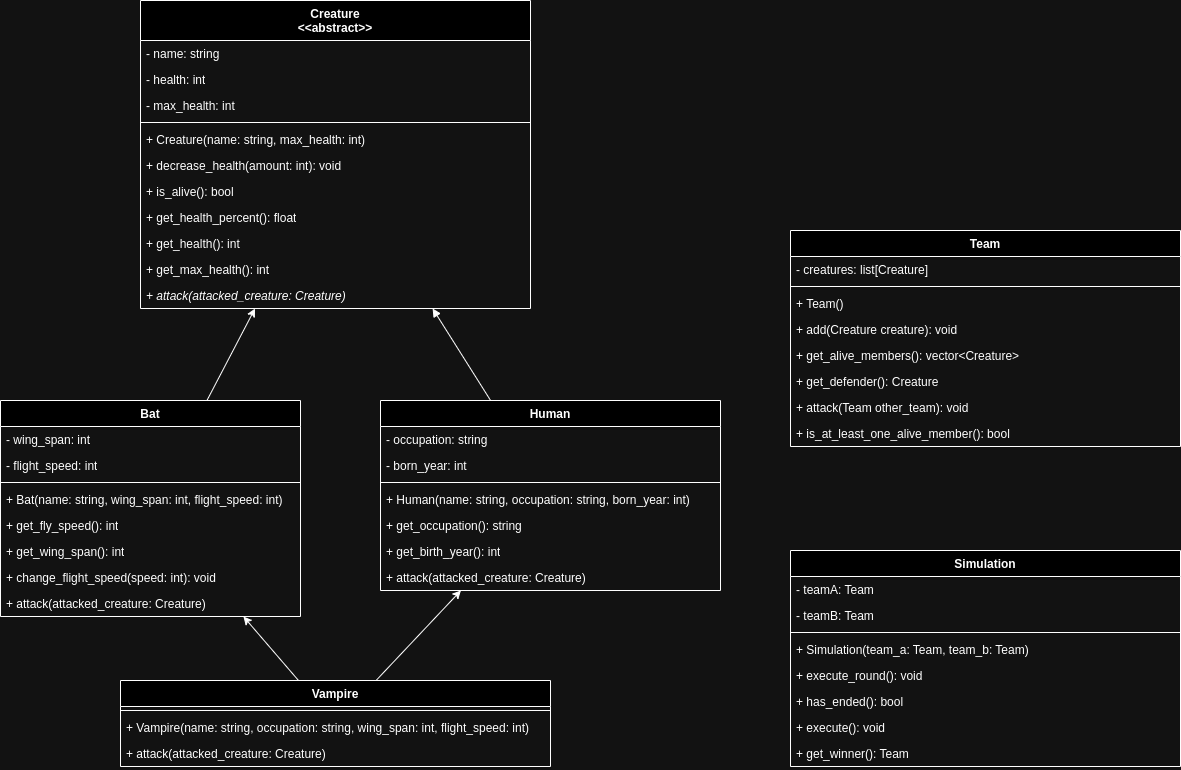
nataliamarczak/pjf-lab2-a keeps this draw.io diagram as vampireExtendedWithSimulation.png. Above is the earlier version. Source tidied: cells renumbered, new cells last; positions are measured from the earlier drawing's top-left corner, leaving out a move shared by most shapes. Its diagram source:
```xml
<mxGraphModel>
  <root>
    <mxCell id="0" />
    <mxCell id="1" parent="0" />
    <mxCell id="2" value="Creature&lt;div&gt;&amp;lt;&amp;lt;abstract&amp;gt;&amp;gt;&lt;/div&gt;" style="swimlane;fontStyle=1;align=center;verticalAlign=top;horizontal=1;startSize=40;whiteSpace=wrap;html=1;" parent="1" vertex="1">
      <mxGeometry x="140" width="390" height="308" as="geometry" />
    </mxCell>
    <mxCell id="3" value="- name: string" style="text;strokeColor=none;fillColor=none;align=left;verticalAlign=top;spacingLeft=4;spacingRight=4;overflow=hidden;whiteSpace=wrap;html=1;" parent="2" vertex="1">
      <mxGeometry y="40" width="390" height="26" as="geometry" />
    </mxCell>
    <mxCell id="4" value="- health: int" style="text;strokeColor=none;fillColor=none;align=left;verticalAlign=top;spacingLeft=4;spacingRight=4;overflow=hidden;whiteSpace=wrap;html=1;" parent="2" vertex="1">
      <mxGeometry y="66" width="390" height="26" as="geometry" />
    </mxCell>
    <mxCell id="5" value="- max_health: int" style="text;strokeColor=none;fillColor=none;align=left;verticalAlign=top;spacingLeft=4;spacingRight=4;overflow=hidden;whiteSpace=wrap;html=1;" parent="2" vertex="1">
      <mxGeometry y="92" width="390" height="26" as="geometry" />
    </mxCell>
    <mxCell id="6" style="line;strokeWidth=1;fillColor=none;align=left;verticalAlign=middle;spacingTop=-1;spacingLeft=3;spacingRight=3;labelPosition=right;strokeColor=inherit;" parent="2" vertex="1">
      <mxGeometry y="118" width="390" height="8" as="geometry" />
    </mxCell>
    <mxCell id="7" value="+ Creature(name: string,&amp;nbsp;&lt;span style=&quot;border-color: var(--border-color);&quot;&gt;max_health&lt;/span&gt;: int)" style="text;strokeColor=none;fillColor=none;align=left;verticalAlign=top;spacingLeft=4;spacingRight=4;overflow=hidden;whiteSpace=wrap;html=1;" parent="2" vertex="1">
      <mxGeometry y="126" width="390" height="26" as="geometry" />
    </mxCell>
    <mxCell id="8" value="+ decrease_health(amount: int): void" style="text;strokeColor=none;fillColor=none;align=left;verticalAlign=top;spacingLeft=4;spacingRight=4;overflow=hidden;whiteSpace=wrap;html=1;" parent="2" vertex="1">
      <mxGeometry y="152" width="390" height="26" as="geometry" />
    </mxCell>
    <mxCell id="9" value="+ is_alive(): bool" style="text;strokeColor=none;fillColor=none;align=left;verticalAlign=top;spacingLeft=4;spacingRight=4;overflow=hidden;whiteSpace=wrap;html=1;" parent="2" vertex="1">
      <mxGeometry y="178" width="390" height="26" as="geometry" />
    </mxCell>
    <mxCell id="10" value="+ get_health_percent(): float" style="text;strokeColor=none;fillColor=none;align=left;verticalAlign=top;spacingLeft=4;spacingRight=4;overflow=hidden;whiteSpace=wrap;html=1;" parent="2" vertex="1">
      <mxGeometry y="204" width="390" height="26" as="geometry" />
    </mxCell>
    <mxCell id="11" value="+ get_health(): int" style="text;strokeColor=none;fillColor=none;align=left;verticalAlign=top;spacingLeft=4;spacingRight=4;overflow=hidden;whiteSpace=wrap;html=1;" parent="2" vertex="1">
      <mxGeometry y="230" width="390" height="26" as="geometry" />
    </mxCell>
    <mxCell id="12" value="&lt;span style=&quot;font-weight: normal;&quot;&gt;+ get_max_health(): int&lt;/span&gt;" style="text;strokeColor=none;fillColor=none;align=left;verticalAlign=top;spacingLeft=4;spacingRight=4;overflow=hidden;whiteSpace=wrap;html=1;fontStyle=1;" parent="2" vertex="1">
      <mxGeometry y="256" width="390" height="26" as="geometry" />
    </mxCell>
    <mxCell id="13" value="&lt;span style=&quot;font-weight: normal;&quot;&gt;&lt;i&gt;+ attack(attacked_creature: Creature)&lt;/i&gt;&lt;/span&gt;" style="text;strokeColor=none;fillColor=none;align=left;verticalAlign=top;spacingLeft=4;spacingRight=4;overflow=hidden;whiteSpace=wrap;html=1;fontStyle=1;" parent="2" vertex="1">
      <mxGeometry y="282" width="390" height="26" as="geometry" />
    </mxCell>
    <mxCell id="14" style="rounded=0;jettySize=auto;html=1;endArrow=block;endFill=1;" parent="1" edge="1" source="15" target="2">
      <mxGeometry relative="1" as="geometry" />
    </mxCell>
    <mxCell id="15" value="Human" style="swimlane;fontStyle=1;align=center;verticalAlign=top;horizontal=1;startSize=26;whiteSpace=wrap;html=1;" parent="1" vertex="1">
      <mxGeometry x="380" y="400" width="340" height="190" as="geometry" />
    </mxCell>
    <mxCell id="16" value="- occupation: string" style="text;strokeColor=none;fillColor=none;align=left;verticalAlign=top;spacingLeft=4;spacingRight=4;overflow=hidden;whiteSpace=wrap;html=1;" parent="15" vertex="1">
      <mxGeometry y="26" width="340" height="26" as="geometry" />
    </mxCell>
    <mxCell id="17" value="- born_year: int" style="text;strokeColor=none;fillColor=none;align=left;verticalAlign=top;spacingLeft=4;spacingRight=4;overflow=hidden;whiteSpace=wrap;html=1;" parent="15" vertex="1">
      <mxGeometry y="52" width="340" height="26" as="geometry" />
    </mxCell>
    <mxCell id="18" style="line;strokeWidth=1;fillColor=none;align=left;verticalAlign=middle;spacingTop=-1;spacingLeft=3;spacingRight=3;labelPosition=right;strokeColor=inherit;" parent="15" vertex="1">
      <mxGeometry y="78" width="340" height="8" as="geometry" />
    </mxCell>
    <mxCell id="19" value="+ Human(name: string, occupation: string, born_year: int)" style="text;strokeColor=none;fillColor=none;align=left;verticalAlign=top;spacingLeft=4;spacingRight=4;overflow=hidden;whiteSpace=wrap;html=1;" parent="15" vertex="1">
      <mxGeometry y="86" width="340" height="26" as="geometry" />
    </mxCell>
    <mxCell id="20" value="+ get_occupation(): string" style="text;strokeColor=none;fillColor=none;align=left;verticalAlign=top;spacingLeft=4;spacingRight=4;overflow=hidden;whiteSpace=wrap;html=1;" parent="15" vertex="1">
      <mxGeometry y="112" width="340" height="26" as="geometry" />
    </mxCell>
    <mxCell id="21" value="+&amp;nbsp;get_birth_year&lt;span style=&quot;background-color: initial;&quot;&gt;(): int&lt;/span&gt;" style="text;strokeColor=none;fillColor=none;align=left;verticalAlign=top;spacingLeft=4;spacingRight=4;overflow=hidden;whiteSpace=wrap;html=1;" parent="15" vertex="1">
      <mxGeometry y="138" width="340" height="26" as="geometry" />
    </mxCell>
    <mxCell id="22" value="+ attack(attacked_creature: Creature)" style="text;strokeColor=none;fillColor=none;align=left;verticalAlign=top;spacingLeft=4;spacingRight=4;overflow=hidden;whiteSpace=wrap;html=1;" parent="15" vertex="1">
      <mxGeometry y="164" width="340" height="26" as="geometry" />
    </mxCell>
    <mxCell id="23" style="rounded=0;jettySize=auto;html=1;" parent="1" edge="1" source="24" target="2">
      <mxGeometry relative="1" as="geometry" />
    </mxCell>
    <mxCell id="24" value="Bat" style="swimlane;fontStyle=1;align=center;verticalAlign=top;horizontal=1;startSize=26;whiteSpace=wrap;html=1;" parent="1" vertex="1">
      <mxGeometry y="400" width="300" height="216" as="geometry" />
    </mxCell>
    <mxCell id="25" value="- wing_span: int" style="text;strokeColor=none;fillColor=none;align=left;verticalAlign=top;spacingLeft=4;spacingRight=4;overflow=hidden;whiteSpace=wrap;html=1;" parent="24" vertex="1">
      <mxGeometry y="26" width="300" height="26" as="geometry" />
    </mxCell>
    <mxCell id="26" value="- flight_speed: int" style="text;strokeColor=none;fillColor=none;align=left;verticalAlign=top;spacingLeft=4;spacingRight=4;overflow=hidden;whiteSpace=wrap;html=1;" parent="24" vertex="1">
      <mxGeometry y="52" width="300" height="26" as="geometry" />
    </mxCell>
    <mxCell id="27" style="line;strokeWidth=1;fillColor=none;align=left;verticalAlign=middle;spacingTop=-1;spacingLeft=3;spacingRight=3;labelPosition=right;strokeColor=inherit;" parent="24" vertex="1">
      <mxGeometry y="78" width="300" height="8" as="geometry" />
    </mxCell>
    <mxCell id="28" value="+ Bat(name: string, wing_span: int, flight_speed: int)" style="text;strokeColor=none;fillColor=none;align=left;verticalAlign=top;spacingLeft=4;spacingRight=4;overflow=hidden;whiteSpace=wrap;html=1;" parent="24" vertex="1">
      <mxGeometry y="86" width="300" height="26" as="geometry" />
    </mxCell>
    <mxCell id="29" value="+ get_fly_speed(): int" style="text;strokeColor=none;fillColor=none;align=left;verticalAlign=top;spacingLeft=4;spacingRight=4;overflow=hidden;whiteSpace=wrap;html=1;" parent="24" vertex="1">
      <mxGeometry y="112" width="300" height="26" as="geometry" />
    </mxCell>
    <mxCell id="30" value="+ get_wing_span(): int" style="text;strokeColor=none;fillColor=none;align=left;verticalAlign=top;spacingLeft=4;spacingRight=4;overflow=hidden;whiteSpace=wrap;html=1;" parent="24" vertex="1">
      <mxGeometry y="138" width="300" height="26" as="geometry" />
    </mxCell>
    <mxCell id="31" value="+ change_flight_speed(speed: int): void" style="text;strokeColor=none;fillColor=none;align=left;verticalAlign=top;spacingLeft=4;spacingRight=4;overflow=hidden;whiteSpace=wrap;html=1;" parent="24" vertex="1">
      <mxGeometry y="164" width="300" height="26" as="geometry" />
    </mxCell>
    <mxCell id="32" value="+ attack(attacked_creature: Creature)" style="text;strokeColor=none;fillColor=none;align=left;verticalAlign=top;spacingLeft=4;spacingRight=4;overflow=hidden;whiteSpace=wrap;html=1;" parent="24" vertex="1">
      <mxGeometry y="190" width="300" height="26" as="geometry" />
    </mxCell>
    <mxCell id="33" style="rounded=0;jettySize=auto;html=1;" parent="1" edge="1" source="35" target="15">
      <mxGeometry relative="1" as="geometry" />
    </mxCell>
    <mxCell id="34" style="rounded=0;jettySize=auto;html=1;" parent="1" edge="1" source="35" target="24">
      <mxGeometry relative="1" as="geometry" />
    </mxCell>
    <mxCell id="35" value="Vampire" style="swimlane;fontStyle=1;align=center;verticalAlign=top;horizontal=1;startSize=26;whiteSpace=wrap;html=1;" parent="1" vertex="1">
      <mxGeometry x="120" y="680" width="430" height="86" as="geometry" />
    </mxCell>
    <mxCell id="36" style="line;strokeWidth=1;fillColor=none;align=left;verticalAlign=middle;spacingTop=-1;spacingLeft=3;spacingRight=3;labelPosition=right;strokeColor=inherit;" parent="35" vertex="1">
      <mxGeometry y="26" width="430" height="8" as="geometry" />
    </mxCell>
    <mxCell id="37" value="+&amp;nbsp;Vampire(name: string, occupation: string, wing_span: int, flight_speed: int)" style="text;strokeColor=none;fillColor=none;align=left;verticalAlign=top;spacingLeft=4;spacingRight=4;overflow=hidden;whiteSpace=wrap;html=1;" parent="35" vertex="1">
      <mxGeometry y="34" width="430" height="26" as="geometry" />
    </mxCell>
    <mxCell id="38" value="+ attack(attacked_creature: Creature)" style="text;strokeColor=none;fillColor=none;align=left;verticalAlign=top;spacingLeft=4;spacingRight=4;overflow=hidden;whiteSpace=wrap;html=1;" parent="35" vertex="1">
      <mxGeometry y="60" width="430" height="26" as="geometry" />
    </mxCell>
    <mxCell id="39" value="Team" style="swimlane;fontStyle=1;align=center;verticalAlign=top;horizontal=1;startSize=26;whiteSpace=wrap;html=1;" parent="1" vertex="1">
      <mxGeometry x="790" y="230" width="390" height="216" as="geometry" />
    </mxCell>
    <mxCell id="40" value="- creatures:&amp;nbsp;list[Creature]" style="text;strokeColor=none;fillColor=none;align=left;verticalAlign=top;spacingLeft=4;spacingRight=4;overflow=hidden;whiteSpace=wrap;html=1;" parent="39" vertex="1">
      <mxGeometry y="26" width="390" height="26" as="geometry" />
    </mxCell>
    <mxCell id="41" style="line;strokeWidth=1;fillColor=none;align=left;verticalAlign=middle;spacingTop=-1;spacingLeft=3;spacingRight=3;labelPosition=right;strokeColor=inherit;" parent="39" vertex="1">
      <mxGeometry y="52" width="390" height="8" as="geometry" />
    </mxCell>
    <mxCell id="42" value="+ Team()" style="text;strokeColor=none;fillColor=none;align=left;verticalAlign=top;spacingLeft=4;spacingRight=4;overflow=hidden;whiteSpace=wrap;html=1;" parent="39" vertex="1">
      <mxGeometry y="60" width="390" height="26" as="geometry" />
    </mxCell>
    <mxCell id="43" value="+ add(Creature creature): void" style="text;strokeColor=none;fillColor=none;align=left;verticalAlign=top;spacingLeft=4;spacingRight=4;overflow=hidden;whiteSpace=wrap;html=1;" parent="39" vertex="1">
      <mxGeometry y="86" width="390" height="26" as="geometry" />
    </mxCell>
    <mxCell id="44" value="+ get_alive_members(): vector&amp;lt;Creature&amp;gt;" style="text;strokeColor=none;fillColor=none;align=left;verticalAlign=top;spacingLeft=4;spacingRight=4;overflow=hidden;whiteSpace=wrap;html=1;" parent="39" vertex="1">
      <mxGeometry y="112" width="390" height="26" as="geometry" />
    </mxCell>
    <mxCell id="45" value="+ get_defender(): Creature" style="text;strokeColor=none;fillColor=none;align=left;verticalAlign=top;spacingLeft=4;spacingRight=4;overflow=hidden;whiteSpace=wrap;html=1;" parent="39" vertex="1">
      <mxGeometry y="138" width="390" height="26" as="geometry" />
    </mxCell>
    <mxCell id="46" value="+ attack(Team other_team): void" style="text;strokeColor=none;fillColor=none;align=left;verticalAlign=top;spacingLeft=4;spacingRight=4;overflow=hidden;whiteSpace=wrap;html=1;" parent="39" vertex="1">
      <mxGeometry y="164" width="390" height="26" as="geometry" />
    </mxCell>
    <mxCell id="47" value="+ is_at_least_one_alive_member(): bool" style="text;strokeColor=none;fillColor=none;align=left;verticalAlign=top;spacingLeft=4;spacingRight=4;overflow=hidden;whiteSpace=wrap;html=1;" parent="39" vertex="1">
      <mxGeometry y="190" width="390" height="26" as="geometry" />
    </mxCell>
    <mxCell id="48" value="Simulation" style="swimlane;fontStyle=1;align=center;verticalAlign=top;horizontal=1;startSize=26;whiteSpace=wrap;html=1;" parent="1" vertex="1">
      <mxGeometry x="790" y="550" width="390" height="216" as="geometry" />
    </mxCell>
    <mxCell id="49" value="- teamA: Team" style="text;strokeColor=none;fillColor=none;align=left;verticalAlign=top;spacingLeft=4;spacingRight=4;overflow=hidden;whiteSpace=wrap;html=1;" parent="48" vertex="1">
      <mxGeometry y="26" width="390" height="26" as="geometry" />
    </mxCell>
    <mxCell id="50" value="- teamB: Team" style="text;strokeColor=none;fillColor=none;align=left;verticalAlign=top;spacingLeft=4;spacingRight=4;overflow=hidden;whiteSpace=wrap;html=1;" parent="48" vertex="1">
      <mxGeometry y="52" width="390" height="26" as="geometry" />
    </mxCell>
    <mxCell id="51" style="line;strokeWidth=1;fillColor=none;align=left;verticalAlign=middle;spacingTop=-1;spacingLeft=3;spacingRight=3;labelPosition=right;strokeColor=inherit;" parent="48" vertex="1">
      <mxGeometry y="78" width="390" height="8" as="geometry" />
    </mxCell>
    <mxCell id="52" value="+&amp;nbsp;Simulation(team_a: Team, team_b: Team)" style="text;strokeColor=none;fillColor=none;align=left;verticalAlign=top;spacingLeft=4;spacingRight=4;overflow=hidden;whiteSpace=wrap;html=1;" parent="48" vertex="1">
      <mxGeometry y="86" width="390" height="26" as="geometry" />
    </mxCell>
    <mxCell id="53" value="+ execute_round(): void" style="text;strokeColor=none;fillColor=none;align=left;verticalAlign=top;spacingLeft=4;spacingRight=4;overflow=hidden;whiteSpace=wrap;html=1;" parent="48" vertex="1">
      <mxGeometry y="112" width="390" height="26" as="geometry" />
    </mxCell>
    <mxCell id="54" value="+ has_ended(): bool" style="text;strokeColor=none;fillColor=none;align=left;verticalAlign=top;spacingLeft=4;spacingRight=4;overflow=hidden;whiteSpace=wrap;html=1;" parent="48" vertex="1">
      <mxGeometry y="138" width="390" height="26" as="geometry" />
    </mxCell>
    <mxCell id="55" value="+ execute(): void" style="text;strokeColor=none;fillColor=none;align=left;verticalAlign=top;spacingLeft=4;spacingRight=4;overflow=hidden;whiteSpace=wrap;html=1;" parent="48" vertex="1">
      <mxGeometry y="164" width="390" height="26" as="geometry" />
    </mxCell>
    <mxCell id="56" value="+ get_winner(): Team" style="text;strokeColor=none;fillColor=none;align=left;verticalAlign=top;spacingLeft=4;spacingRight=4;overflow=hidden;whiteSpace=wrap;html=1;" parent="48" vertex="1">
      <mxGeometry y="190" width="390" height="26" as="geometry" />
    </mxCell>
  </root>
</mxGraphModel>
```
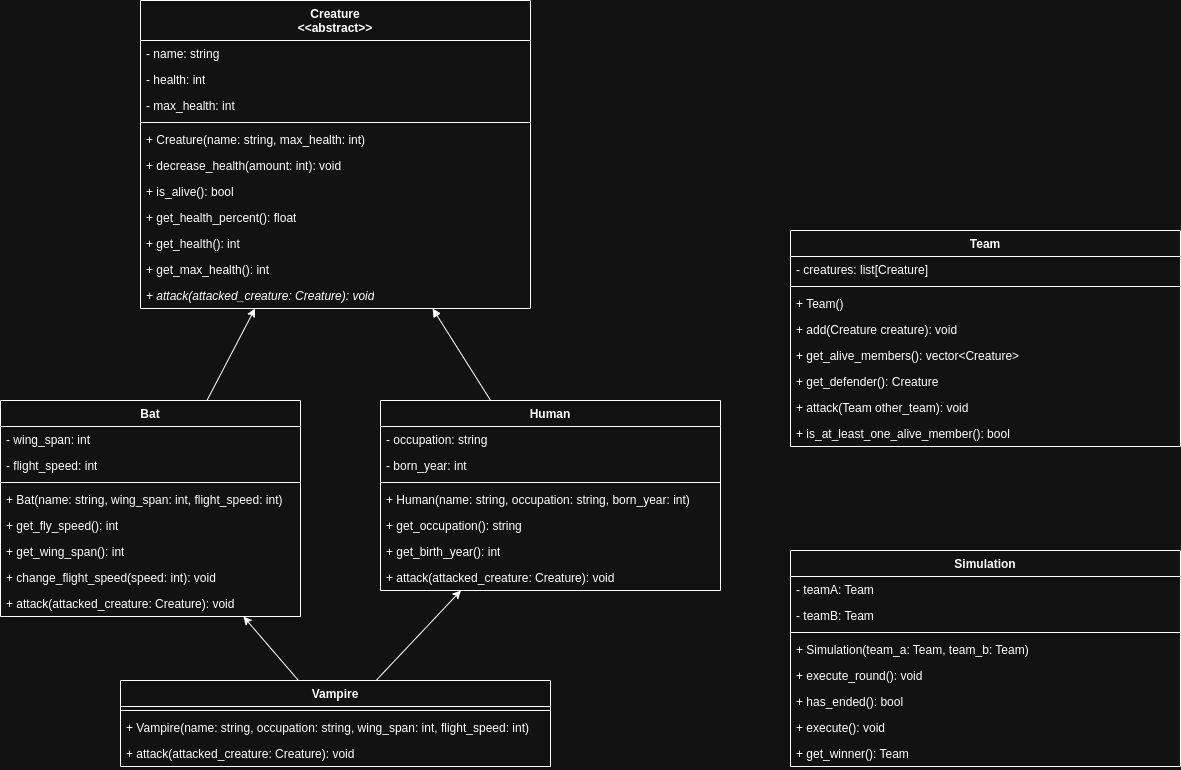
Above is the later version.

Change to the diagram source:
```diff
@@ -35,7 +35,7 @@
     <mxCell id="12" value="&lt;span style=&quot;font-weight: normal;&quot;&gt;+ get_max_health(): int&lt;/span&gt;" style="text;strokeColor=none;fillColor=none;align=left;verticalAlign=top;spacingLeft=4;spacingRight=4;overflow=hidden;whiteSpace=wrap;html=1;fontStyle=1;" parent="2" vertex="1">
       <mxGeometry y="256" width="390" height="26" as="geometry" />
     </mxCell>
-    <mxCell id="13" value="&lt;span style=&quot;font-weight: normal;&quot;&gt;&lt;i&gt;+ attack(attacked_creature: Creature)&lt;/i&gt;&lt;/span&gt;" style="text;strokeColor=none;fillColor=none;align=left;verticalAlign=top;spacingLeft=4;spacingRight=4;overflow=hidden;whiteSpace=wrap;html=1;fontStyle=1;" parent="2" vertex="1">
+    <mxCell id="13" value="&lt;span style=&quot;font-weight: normal;&quot;&gt;&lt;i&gt;+ attack(attacked_creature: Creature): void&lt;/i&gt;&lt;/span&gt;" style="text;strokeColor=none;fillColor=none;align=left;verticalAlign=top;spacingLeft=4;spacingRight=4;overflow=hidden;whiteSpace=wrap;html=1;fontStyle=1;" parent="2" vertex="1">
       <mxGeometry y="282" width="390" height="26" as="geometry" />
     </mxCell>
     <mxCell id="14" style="rounded=0;jettySize=auto;html=1;endArrow=block;endFill=1;" parent="1" edge="1" source="15" target="2">
@@ -62,7 +62,7 @@
     <mxCell id="21" value="+&amp;nbsp;get_birth_year&lt;span style=&quot;background-color: initial;&quot;&gt;(): int&lt;/span&gt;" style="text;strokeColor=none;fillColor=none;align=left;verticalAlign=top;spacingLeft=4;spacingRight=4;overflow=hidden;whiteSpace=wrap;html=1;" parent="15" vertex="1">
       <mxGeometry y="138" width="340" height="26" as="geometry" />
     </mxCell>
-    <mxCell id="22" value="+ attack(attacked_creature: Creature)" style="text;strokeColor=none;fillColor=none;align=left;verticalAlign=top;spacingLeft=4;spacingRight=4;overflow=hidden;whiteSpace=wrap;html=1;" parent="15" vertex="1">
+    <mxCell id="22" value="+ attack(attacked_creature: Creature): void" style="text;strokeColor=none;fillColor=none;align=left;verticalAlign=top;spacingLeft=4;spacingRight=4;overflow=hidden;whiteSpace=wrap;html=1;" parent="15" vertex="1">
       <mxGeometry y="164" width="340" height="26" as="geometry" />
     </mxCell>
     <mxCell id="23" style="rounded=0;jettySize=auto;html=1;" parent="1" edge="1" source="24" target="2">
@@ -92,7 +92,7 @@
     <mxCell id="31" value="+ change_flight_speed(speed: int): void" style="text;strokeColor=none;fillColor=none;align=left;verticalAlign=top;spacingLeft=4;spacingRight=4;overflow=hidden;whiteSpace=wrap;html=1;" parent="24" vertex="1">
       <mxGeometry y="164" width="300" height="26" as="geometry" />
     </mxCell>
-    <mxCell id="32" value="+ attack(attacked_creature: Creature)" style="text;strokeColor=none;fillColor=none;align=left;verticalAlign=top;spacingLeft=4;spacingRight=4;overflow=hidden;whiteSpace=wrap;html=1;" parent="24" vertex="1">
+    <mxCell id="32" value="+ attack(attacked_creature: Creature): void" style="text;strokeColor=none;fillColor=none;align=left;verticalAlign=top;spacingLeft=4;spacingRight=4;overflow=hidden;whiteSpace=wrap;html=1;" parent="24" vertex="1">
       <mxGeometry y="190" width="300" height="26" as="geometry" />
     </mxCell>
     <mxCell id="33" style="rounded=0;jettySize=auto;html=1;" parent="1" edge="1" source="35" target="15">
@@ -110,7 +110,7 @@
     <mxCell id="37" value="+&amp;nbsp;Vampire(name: string, occupation: string, wing_span: int, flight_speed: int)" style="text;strokeColor=none;fillColor=none;align=left;verticalAlign=top;spacingLeft=4;spacingRight=4;overflow=hidden;whiteSpace=wrap;html=1;" parent="35" vertex="1">
       <mxGeometry y="34" width="430" height="26" as="geometry" />
     </mxCell>
-    <mxCell id="38" value="+ attack(attacked_creature: Creature)" style="text;strokeColor=none;fillColor=none;align=left;verticalAlign=top;spacingLeft=4;spacingRight=4;overflow=hidden;whiteSpace=wrap;html=1;" parent="35" vertex="1">
+    <mxCell id="38" value="+ attack(attacked_creature: Creature): void" style="text;strokeColor=none;fillColor=none;align=left;verticalAlign=top;spacingLeft=4;spacingRight=4;overflow=hidden;whiteSpace=wrap;html=1;" parent="35" vertex="1">
       <mxGeometry y="60" width="430" height="26" as="geometry" />
     </mxCell>
     <mxCell id="39" value="Team" style="swimlane;fontStyle=1;align=center;verticalAlign=top;horizontal=1;startSize=26;whiteSpace=wrap;html=1;" parent="1" vertex="1">
```
